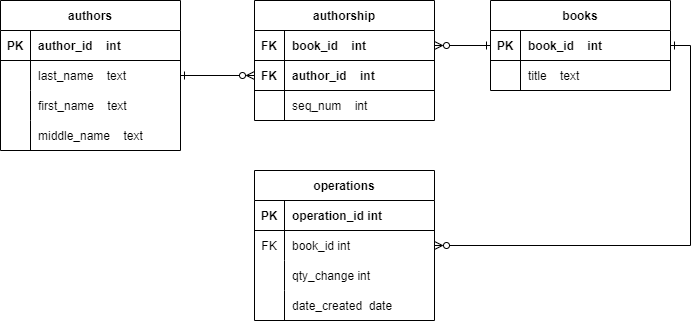
Earlier version of the draw.io export V1_db_schema.drawio.png (alex97iv/bookstore). Source tidied: cells renumbered, new cells last; positions are measured from the earlier drawing's top-left corner, leaving out a move shared by most shapes.
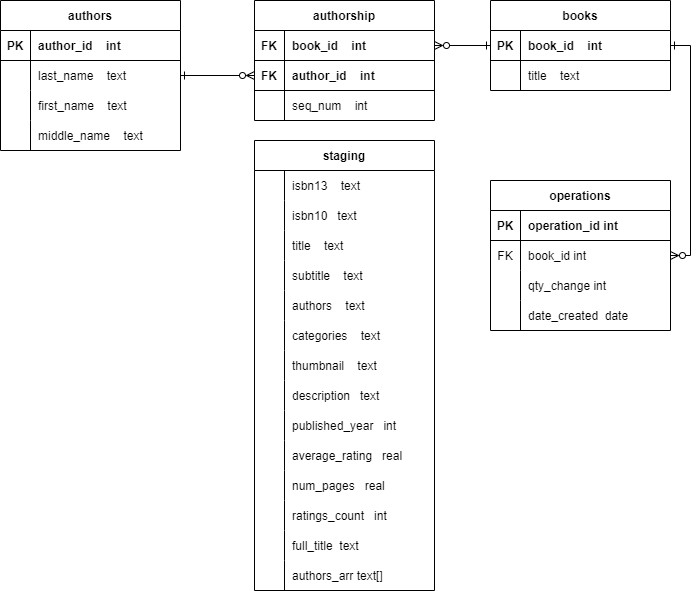
The same file after the commit.

Change to the diagram source:
```diff
@@ -99,7 +99,7 @@
       <mxGeometry relative="1" as="geometry" />
     </mxCell>
     <mxCell id="34" value="operations" style="shape=table;startSize=30;rowLines=0;fontStyle=1;align=center;" parent="1" vertex="1">
-      <mxGeometry x="254" y="170" width="180" height="150" as="geometry" />
+      <mxGeometry x="490" y="180" width="180" height="150" as="geometry" />
     </mxCell>
     <mxCell id="35" style="shape=tableRow;horizontal=0;startSize=0;swimlaneHead=0;swimlaneBody=0;fillColor=none;top=0;left=0;right=0;bottom=1;" parent="34" vertex="1">
       <mxGeometry y="30" width="180" height="30" as="geometry" />
@@ -140,5 +140,134 @@
     <mxCell id="47" style="edgeStyle=orthogonalEdgeStyle;rounded=0;jettySize=auto;html=1;exitX=1;exitY=0.5;exitDx=0;exitDy=0;entryX=1;entryY=0.5;entryDx=0;entryDy=0;startArrow=ERone;startFill=0;endArrow=ERzeroToMany;endFill=0;" parent="1" edge="1" source="16" target="38">
       <mxGeometry relative="1" as="geometry" />
     </mxCell>
+    <mxCell id="48" value="staging" style="shape=table;startSize=30;rowLines=0;fontStyle=1;align=center;" parent="1" vertex="1">
+      <mxGeometry x="254" y="140" width="180" height="450" as="geometry" />
+    </mxCell>
+    <mxCell id="49" style="shape=tableRow;horizontal=0;startSize=0;swimlaneHead=0;swimlaneBody=0;fillColor=none;top=0;left=0;right=0;bottom=0;" parent="48" vertex="1">
+      <mxGeometry y="30" width="180" height="30" as="geometry" />
+    </mxCell>
+    <mxCell id="50" style="shape=partialRectangle;fillColor=none;top=0;left=0;bottom=0;right=0;overflow=hidden;" parent="49" vertex="1">
+      <mxGeometry width="30" height="30" as="geometry" />
+    </mxCell>
+    <mxCell id="51" value="isbn13    text" style="shape=partialRectangle;fillColor=none;top=0;left=0;bottom=0;right=0;align=left;spacingLeft=6;overflow=hidden;" parent="49" vertex="1">
+      <mxGeometry x="30" width="150" height="30" as="geometry" />
+    </mxCell>
+    <mxCell id="52" style="shape=tableRow;horizontal=0;startSize=0;swimlaneHead=0;swimlaneBody=0;fillColor=none;top=0;left=0;right=0;bottom=0;" parent="48" vertex="1">
+      <mxGeometry y="60" width="180" height="30" as="geometry" />
+    </mxCell>
+    <mxCell id="53" style="shape=partialRectangle;fillColor=none;top=0;left=0;bottom=0;right=0;overflow=hidden;" parent="52" vertex="1">
+      <mxGeometry width="30" height="30" as="geometry" />
+    </mxCell>
+    <mxCell id="54" value="isbn10   text" style="shape=partialRectangle;fillColor=none;top=0;left=0;bottom=0;right=0;align=left;spacingLeft=6;overflow=hidden;" parent="52" vertex="1">
+      <mxGeometry x="30" width="150" height="30" as="geometry" />
+    </mxCell>
+    <mxCell id="55" style="shape=tableRow;horizontal=0;startSize=0;swimlaneHead=0;swimlaneBody=0;fillColor=none;top=0;left=0;right=0;bottom=0;" parent="48" vertex="1">
+      <mxGeometry y="90" width="180" height="30" as="geometry" />
+    </mxCell>
+    <mxCell id="56" style="shape=partialRectangle;fillColor=none;top=0;left=0;bottom=0;right=0;overflow=hidden;" parent="55" vertex="1">
+      <mxGeometry width="30" height="30" as="geometry" />
+    </mxCell>
+    <mxCell id="57" value="title    text" style="shape=partialRectangle;fillColor=none;top=0;left=0;bottom=0;right=0;align=left;spacingLeft=6;overflow=hidden;" parent="55" vertex="1">
+      <mxGeometry x="30" width="150" height="30" as="geometry" />
+    </mxCell>
+    <mxCell id="58" style="shape=tableRow;horizontal=0;startSize=0;swimlaneHead=0;swimlaneBody=0;fillColor=none;top=0;left=0;right=0;bottom=0;" parent="48" vertex="1">
+      <mxGeometry y="120" width="180" height="30" as="geometry" />
+    </mxCell>
+    <mxCell id="59" style="shape=partialRectangle;fillColor=none;top=0;left=0;bottom=0;right=0;overflow=hidden;" parent="58" vertex="1">
+      <mxGeometry width="30" height="30" as="geometry" />
+    </mxCell>
+    <mxCell id="60" value="subtitle    text" style="shape=partialRectangle;fillColor=none;top=0;left=0;bottom=0;right=0;align=left;spacingLeft=6;overflow=hidden;" parent="58" vertex="1">
+      <mxGeometry x="30" width="150" height="30" as="geometry" />
+    </mxCell>
+    <mxCell id="61" style="shape=tableRow;horizontal=0;startSize=0;swimlaneHead=0;swimlaneBody=0;fillColor=none;top=0;left=0;right=0;bottom=0;" parent="48" vertex="1">
+      <mxGeometry y="150" width="180" height="30" as="geometry" />
+    </mxCell>
+    <mxCell id="62" style="shape=partialRectangle;fillColor=none;top=0;left=0;bottom=0;right=0;overflow=hidden;" parent="61" vertex="1">
+      <mxGeometry width="30" height="30" as="geometry" />
+    </mxCell>
+    <mxCell id="63" value="authors    text" style="shape=partialRectangle;fillColor=none;top=0;left=0;bottom=0;right=0;align=left;spacingLeft=6;overflow=hidden;" parent="61" vertex="1">
+      <mxGeometry x="30" width="150" height="30" as="geometry" />
+    </mxCell>
+    <mxCell id="64" style="shape=tableRow;horizontal=0;startSize=0;swimlaneHead=0;swimlaneBody=0;fillColor=none;top=0;left=0;right=0;bottom=0;" parent="48" vertex="1">
+      <mxGeometry y="180" width="180" height="30" as="geometry" />
+    </mxCell>
+    <mxCell id="65" style="shape=partialRectangle;fillColor=none;top=0;left=0;bottom=0;right=0;overflow=hidden;" parent="64" vertex="1">
+      <mxGeometry width="30" height="30" as="geometry" />
+    </mxCell>
+    <mxCell id="66" value="categories    text" style="shape=partialRectangle;fillColor=none;top=0;left=0;bottom=0;right=0;align=left;spacingLeft=6;overflow=hidden;" parent="64" vertex="1">
+      <mxGeometry x="30" width="150" height="30" as="geometry" />
+    </mxCell>
+    <mxCell id="67" style="shape=tableRow;horizontal=0;startSize=0;swimlaneHead=0;swimlaneBody=0;fillColor=none;top=0;left=0;right=0;bottom=0;" parent="48" vertex="1">
+      <mxGeometry y="210" width="180" height="30" as="geometry" />
+    </mxCell>
+    <mxCell id="68" style="shape=partialRectangle;fillColor=none;top=0;left=0;bottom=0;right=0;overflow=hidden;" parent="67" vertex="1">
+      <mxGeometry width="30" height="30" as="geometry" />
+    </mxCell>
+    <mxCell id="69" value="thumbnail    text" style="shape=partialRectangle;fillColor=none;top=0;left=0;bottom=0;right=0;align=left;spacingLeft=6;overflow=hidden;" parent="67" vertex="1">
+      <mxGeometry x="30" width="150" height="30" as="geometry" />
+    </mxCell>
+    <mxCell id="70" style="shape=tableRow;horizontal=0;startSize=0;swimlaneHead=0;swimlaneBody=0;fillColor=none;top=0;left=0;right=0;bottom=0;" parent="48" vertex="1">
+      <mxGeometry y="240" width="180" height="30" as="geometry" />
+    </mxCell>
+    <mxCell id="71" style="shape=partialRectangle;fillColor=none;top=0;left=0;bottom=0;right=0;overflow=hidden;" parent="70" vertex="1">
+      <mxGeometry width="30" height="30" as="geometry" />
+    </mxCell>
+    <mxCell id="72" value="description   text" style="shape=partialRectangle;fillColor=none;top=0;left=0;bottom=0;right=0;align=left;spacingLeft=6;overflow=hidden;" parent="70" vertex="1">
+      <mxGeometry x="30" width="150" height="30" as="geometry" />
+    </mxCell>
+    <mxCell id="73" style="shape=tableRow;horizontal=0;startSize=0;swimlaneHead=0;swimlaneBody=0;fillColor=none;top=0;left=0;right=0;bottom=0;" parent="48" vertex="1">
+      <mxGeometry y="270" width="180" height="30" as="geometry" />
+    </mxCell>
+    <mxCell id="74" style="shape=partialRectangle;fillColor=none;top=0;left=0;bottom=0;right=0;overflow=hidden;" parent="73" vertex="1">
+      <mxGeometry width="30" height="30" as="geometry" />
+    </mxCell>
+    <mxCell id="75" value="published_year   int" style="shape=partialRectangle;fillColor=none;top=0;left=0;bottom=0;right=0;align=left;spacingLeft=6;overflow=hidden;" parent="73" vertex="1">
+      <mxGeometry x="30" width="150" height="30" as="geometry" />
+    </mxCell>
+    <mxCell id="76" style="shape=tableRow;horizontal=0;startSize=0;swimlaneHead=0;swimlaneBody=0;fillColor=none;top=0;left=0;right=0;bottom=0;" parent="48" vertex="1">
+      <mxGeometry y="300" width="180" height="30" as="geometry" />
+    </mxCell>
+    <mxCell id="77" style="shape=partialRectangle;fillColor=none;top=0;left=0;bottom=0;right=0;overflow=hidden;" parent="76" vertex="1">
+      <mxGeometry width="30" height="30" as="geometry" />
+    </mxCell>
+    <mxCell id="78" value="average_rating   real" style="shape=partialRectangle;fillColor=none;top=0;left=0;bottom=0;right=0;align=left;spacingLeft=6;overflow=hidden;" parent="76" vertex="1">
+      <mxGeometry x="30" width="150" height="30" as="geometry" />
+    </mxCell>
+    <mxCell id="79" style="shape=tableRow;horizontal=0;startSize=0;swimlaneHead=0;swimlaneBody=0;fillColor=none;top=0;left=0;right=0;bottom=0;" parent="48" vertex="1">
+      <mxGeometry y="330" width="180" height="30" as="geometry" />
+    </mxCell>
+    <mxCell id="80" style="shape=partialRectangle;fillColor=none;top=0;left=0;bottom=0;right=0;overflow=hidden;" parent="79" vertex="1">
+      <mxGeometry width="30" height="30" as="geometry" />
+    </mxCell>
+    <mxCell id="81" value="num_pages   real" style="shape=partialRectangle;fillColor=none;top=0;left=0;bottom=0;right=0;align=left;spacingLeft=6;overflow=hidden;" parent="79" vertex="1">
+      <mxGeometry x="30" width="150" height="30" as="geometry" />
+    </mxCell>
+    <mxCell id="82" style="shape=tableRow;horizontal=0;startSize=0;swimlaneHead=0;swimlaneBody=0;fillColor=none;top=0;left=0;right=0;bottom=0;" parent="48" vertex="1">
+      <mxGeometry y="360" width="180" height="30" as="geometry" />
+    </mxCell>
+    <mxCell id="83" style="shape=partialRectangle;fillColor=none;top=0;left=0;bottom=0;right=0;overflow=hidden;" parent="82" vertex="1">
+      <mxGeometry width="30" height="30" as="geometry" />
+    </mxCell>
+    <mxCell id="84" value="ratings_count   int" style="shape=partialRectangle;fillColor=none;top=0;left=0;bottom=0;right=0;align=left;spacingLeft=6;overflow=hidden;" parent="82" vertex="1">
+      <mxGeometry x="30" width="150" height="30" as="geometry" />
+    </mxCell>
+    <mxCell id="85" style="shape=tableRow;horizontal=0;startSize=0;swimlaneHead=0;swimlaneBody=0;fillColor=none;top=0;left=0;right=0;bottom=0;" parent="48" vertex="1">
+      <mxGeometry y="390" width="180" height="30" as="geometry" />
+    </mxCell>
+    <mxCell id="86" style="shape=partialRectangle;fillColor=none;top=0;left=0;bottom=0;right=0;overflow=hidden;" parent="85" vertex="1">
+      <mxGeometry width="30" height="30" as="geometry" />
+    </mxCell>
+    <mxCell id="87" value="full_title  text" style="shape=partialRectangle;fillColor=none;top=0;left=0;bottom=0;right=0;align=left;spacingLeft=6;overflow=hidden;" parent="85" vertex="1">
+      <mxGeometry x="30" width="150" height="30" as="geometry" />
+    </mxCell>
+    <mxCell id="88" style="shape=tableRow;horizontal=0;startSize=0;swimlaneHead=0;swimlaneBody=0;fillColor=none;top=0;left=0;right=0;bottom=0;" parent="48" vertex="1">
+      <mxGeometry y="420" width="180" height="30" as="geometry" />
+    </mxCell>
+    <mxCell id="89" style="shape=partialRectangle;fillColor=none;top=0;left=0;bottom=0;right=0;overflow=hidden;" parent="88" vertex="1">
+      <mxGeometry width="30" height="30" as="geometry" />
+    </mxCell>
+    <mxCell id="90" value="authors_arr text[]" style="shape=partialRectangle;fillColor=none;top=0;left=0;bottom=0;right=0;align=left;spacingLeft=6;overflow=hidden;" parent="88" vertex="1">
+      <mxGeometry x="30" width="150" height="30" as="geometry" />
+    </mxCell>
   </root>
 </mxGraphModel>
```
